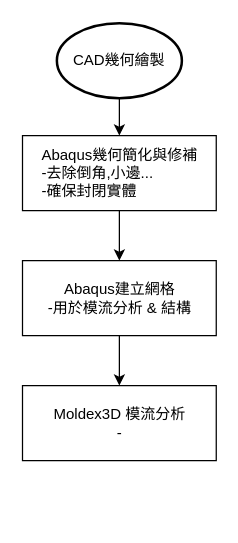
The draw.io diagram Moldex3D_abaqus.drawio in TerryChan726/draw_io, before the edit. Source tidied: cells renumbered, new cells numbered last; positions are measured from the earlier drawing's top-left corner, leaving out a move shared by most shapes. Both pictures are drawn from the tidied source at 125%, with x=0, y=0 at pixel (21, 22).
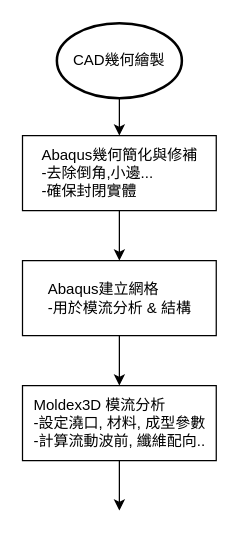
The same page after the edit.

The edit, as a diff of the source:
```diff
@@
 <mxGraphModel>
   <root>
     <mxCell id="0" />
     <mxCell id="1" parent="0" />
     <mxCell id="2" style="edgeStyle=orthogonalEdgeStyle;rounded=0;jettySize=auto;html=1;" parent="1" edge="1" source="3" target="7">
       <mxGeometry relative="1" as="geometry" />
     </mxCell>
     <mxCell id="3" value="Abaqus幾何簡化與修補&lt;div&gt;&lt;div style=&quot;text-align: left;&quot;&gt;&lt;span style=&quot;background-color: transparent; color: light-dark(rgb(0, 0, 0), rgb(255, 255, 255));&quot;&gt;-去除倒角,小邊...&lt;/span&gt;&lt;/div&gt;&lt;/div&gt;&lt;div style=&quot;text-align: left;&quot;&gt;&lt;span style=&quot;background-color: transparent; color: light-dark(rgb(0, 0, 0), rgb(255, 255, 255));&quot;&gt;-確保封閉實體&lt;/span&gt;&lt;/div&gt;" style="rounded=0;whiteSpace=wrap;html=1;" parent="1" vertex="1">
       <mxGeometry x="0.5" y="90" width="155" height="60" as="geometry" />
     </mxCell>
     <mxCell id="4" style="edgeStyle=orthogonalEdgeStyle;rounded=0;jettySize=auto;html=1;" parent="1" edge="1" source="5" target="3">
       <mxGeometry relative="1" as="geometry" />
     </mxCell>
     <mxCell id="5" value="CAD幾何繪製" style="strokeWidth=2;html=1;shape=mxgraph.flowchart.start_1;whiteSpace=wrap;" parent="1" vertex="1">
       <mxGeometry x="28" width="100" height="60" as="geometry" />
     </mxCell>
     <mxCell id="6" style="edgeStyle=orthogonalEdgeStyle;rounded=0;jettySize=auto;html=1;" parent="1" edge="1" source="7" target="8">
       <mxGeometry relative="1" as="geometry" />
     </mxCell>
-    <mxCell id="7" value="Abaqus建立網格&lt;div&gt;&lt;div style=&quot;text-align: left;&quot;&gt;&lt;span style=&quot;background-color: transparent; color: light-dark(rgb(0, 0, 0), rgb(255, 255, 255));&quot;&gt;-用於模流分析 &amp;amp; 結構&lt;/span&gt;&lt;/div&gt;&lt;/div&gt;" style="rounded=0;whiteSpace=wrap;html=1;" parent="1" vertex="1">
+    <mxCell id="7" value="&lt;div style=&quot;text-align: left;&quot;&gt;&lt;span style=&quot;background-color: transparent; color: light-dark(rgb(0, 0, 0), rgb(255, 255, 255));&quot;&gt;Abaqus建立網格&lt;/span&gt;&lt;/div&gt;&lt;div&gt;&lt;div style=&quot;text-align: left;&quot;&gt;&lt;span style=&quot;background-color: transparent; color: light-dark(rgb(0, 0, 0), rgb(255, 255, 255));&quot;&gt;-用於模流分析 &amp;amp; 結構&lt;/span&gt;&lt;/div&gt;&lt;/div&gt;" style="rounded=0;whiteSpace=wrap;html=1;" parent="1" vertex="1">
       <mxGeometry x="0.5" y="190" width="155" height="60" as="geometry" />
     </mxCell>
+    <mxCell id="9" style="edgeStyle=orthogonalEdgeStyle;rounded=0;jettySize=auto;html=1;" parent="1" edge="1" source="8">
+      <mxGeometry relative="1" as="geometry">
+        <mxPoint x="78" y="390" as="targetPoint" />
+      </mxGeometry>
+    </mxCell>
-    <mxCell id="8" value="Moldex3D 模流分析&lt;div&gt;-&lt;/div&gt;" style="rounded=0;whiteSpace=wrap;html=1;align=center;" parent="1" vertex="1">
+    <mxCell id="8" value="&lt;div style=&quot;text-align: left;&quot;&gt;&lt;span style=&quot;background-color: transparent; color: light-dark(rgb(0, 0, 0), rgb(255, 255, 255));&quot;&gt;Moldex3D 模流分析&lt;/span&gt;&lt;/div&gt;&lt;div&gt;-設定澆口, 材料, 成型參數&lt;/div&gt;&lt;div&gt;-計算流動波前, 纖維配向..&lt;/div&gt;" style="rounded=0;whiteSpace=wrap;html=1;align=center;" parent="1" vertex="1">
       <mxGeometry x="0.5" y="290" width="155" height="60" as="geometry" />
     </mxCell>
   </root>
 </mxGraphModel>
```
